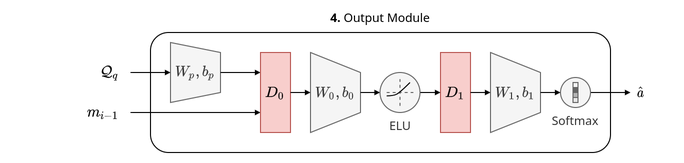
alexmirrington/honours-thesis keeps this draw.io diagram as figures/output_module.png. Above is the earlier version. Source tidied: cells renumbered, new cells last; positions are measured from the earlier drawing's top-left corner, leaving out a move shared by most shapes.
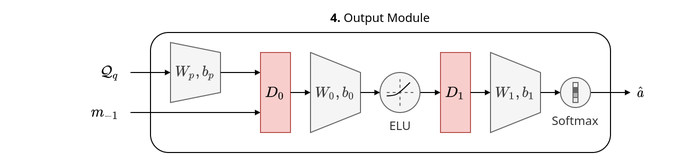
After the commit.

The edit, as a diff of the source:
```diff
@@ -14,7 +14,7 @@
     <mxCell id="4" value="$$W_p, b_p$$" style="shape=trapezoid;perimeter=trapezoidPerimeter;whiteSpace=wrap;html=1;fixedSize=1;direction=south;fillColor=#f5f5f5;strokeColor=#666666;fontColor=#333333;size=10;" parent="1" vertex="1">
       <mxGeometry x="40" y="10" width="50" height="60" as="geometry" />
     </mxCell>
-    <mxCell id="5" value="$$m_{i-1}$$" style="edgeStyle=none;rounded=1;jettySize=auto;html=1;startArrow=block;startFill=1;startSize=3;endArrow=none;endFill=0;endSize=3;strokeColor=#000000;strokeWidth=1;fontSize=12;labelBackgroundColor=none;labelPosition=left;verticalLabelPosition=middle;align=right;verticalAlign=middle;exitX=0;exitY=0.75;exitDx=0;exitDy=0;" parent="1" edge="1" source="9">
+    <mxCell id="5" value="$$m_{-1}$$" style="edgeStyle=none;rounded=1;jettySize=auto;html=1;startArrow=block;startFill=1;startSize=3;endArrow=none;endFill=0;endSize=3;strokeColor=#000000;strokeWidth=1;fontSize=12;labelBackgroundColor=none;labelPosition=left;verticalLabelPosition=middle;align=right;verticalAlign=middle;exitX=0;exitY=0.75;exitDx=0;exitDy=0;" parent="1" edge="1" source="9">
       <mxGeometry as="geometry">
         <mxPoint y="80" as="targetPoint" />
         <mxPoint x="-75" as="offset" />
```
